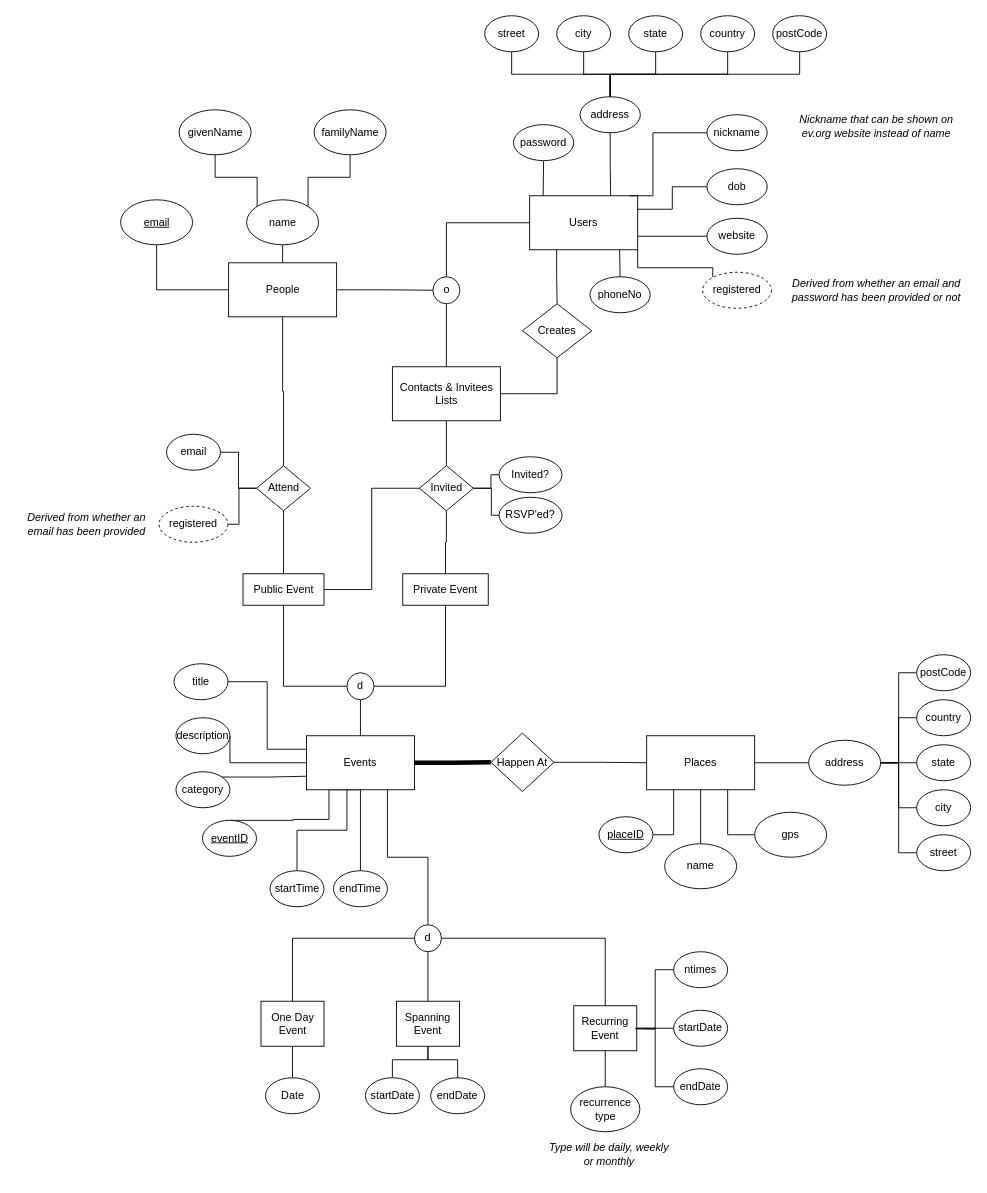
Earlier version of the draw.io diagram Week3assignment1.drawio (drewmillerwilson/demo-repo). Source tidied: cells renumbered, new cells numbered last; positions are measured from the earlier drawing's top-left corner, leaving out a move shared by most shapes. Both pictures are drawn from the tidied source at 90%, with x=0, y=0 at pixel (14, 15).
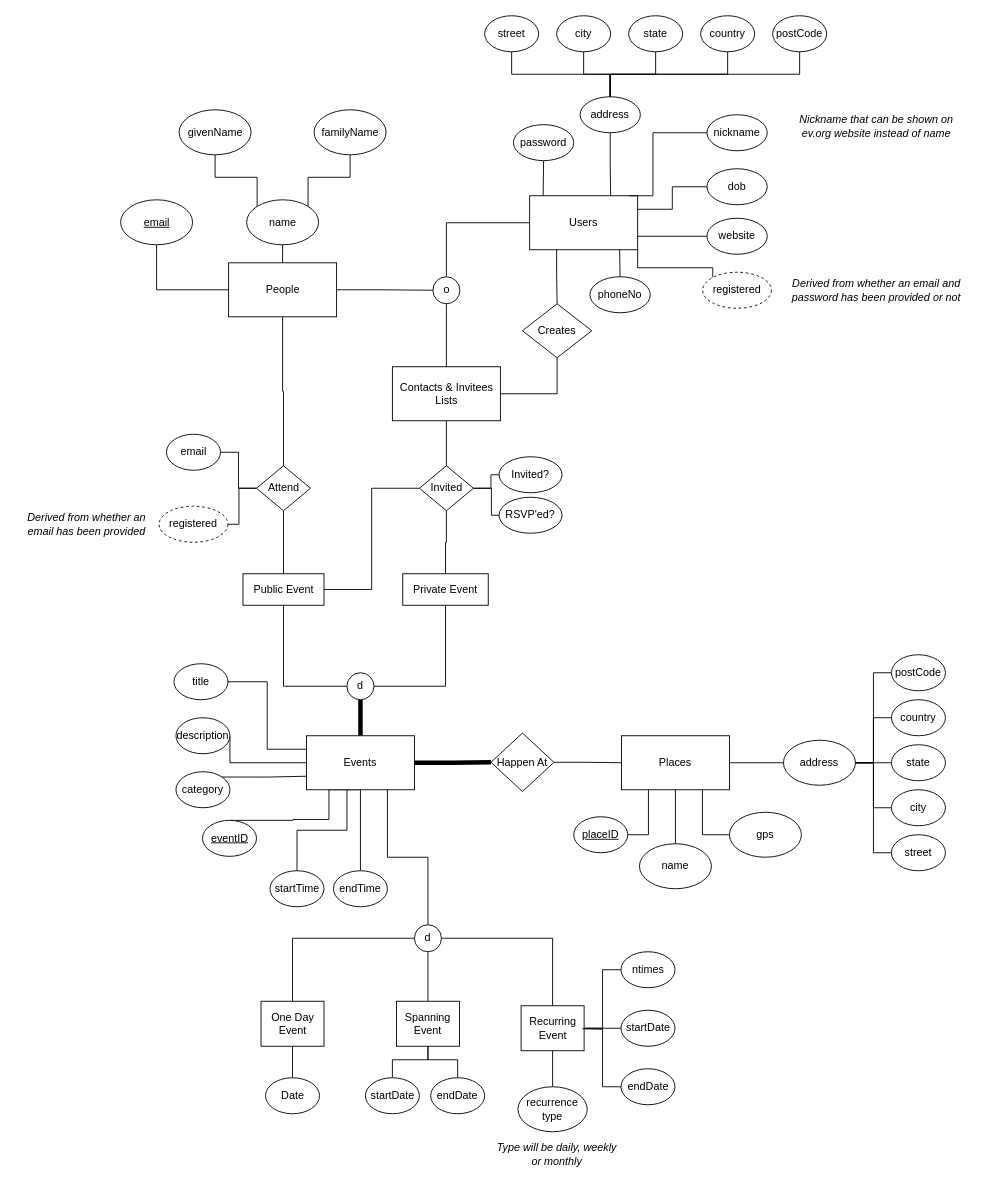
Above is the later version.

The change refers to these unchanged cells:
```xml
<mxCell id="12" value="Events" style="rounded=0;whiteSpace=wrap;html=1;" parent="1" vertex="1">
  <mxGeometry x="324" y="800" width="120" height="60" as="geometry" />
</mxCell>
<mxCell id="92" value="d" style="ellipse;whiteSpace=wrap;html=1;" parent="1" vertex="1">
  <mxGeometry x="369" y="730" width="30" height="30" as="geometry" />
</mxCell>
```

The edit, as a diff of the source:
```diff
@@
-    <mxCell id="9" style="edgeStyle=orthogonalEdgeStyle;rounded=0;jettySize=auto;html=1;exitX=0.5;exitY=0;exitDx=0;exitDy=0;entryX=0.5;entryY=1;entryDx=0;entryDy=0;endArrow=none;endFill=0;" parent="1" edge="1" source="12" target="92">
+    <mxCell id="9" style="edgeStyle=orthogonalEdgeStyle;rounded=0;jettySize=auto;html=1;exitX=0.5;exitY=0;exitDx=0;exitDy=0;entryX=0.5;entryY=1;entryDx=0;entryDy=0;endArrow=none;endFill=0;strokeWidth=5;" parent="1" edge="1" source="12" target="92">
       <mxGeometry relative="1" as="geometry" />
     </mxCell>
@@
     <mxCell id="16" value="Places" style="rounded=0;whiteSpace=wrap;html=1;" parent="1" vertex="1">
-      <mxGeometry x="702" y="800" width="120" height="60" as="geometry" />
+      <mxGeometry x="674" y="800" width="120" height="60" as="geometry" />
     </mxCell>
@@
     <mxCell id="47" value="name" style="ellipse;whiteSpace=wrap;html=1;" parent="1" vertex="1">
-      <mxGeometry x="722" y="920" width="80" height="50" as="geometry" />
+      <mxGeometry x="694" y="920" width="80" height="50" as="geometry" />
     </mxCell>
@@
     <mxCell id="49" value="address" style="ellipse;whiteSpace=wrap;html=1;" parent="1" vertex="1">
-      <mxGeometry x="882" y="805" width="80" height="50" as="geometry" />
+      <mxGeometry x="854" y="805" width="80" height="50" as="geometry" />
     </mxCell>
@@
     <mxCell id="51" value="street" style="ellipse;whiteSpace=wrap;html=1;" parent="1" vertex="1">
-      <mxGeometry x="1002" y="910" width="60" height="40" as="geometry" />
+      <mxGeometry x="974" y="910" width="60" height="40" as="geometry" />
     </mxCell>
@@
     <mxCell id="53" value="city" style="ellipse;whiteSpace=wrap;html=1;" parent="1" vertex="1">
-      <mxGeometry x="1002" y="860" width="60" height="40" as="geometry" />
+      <mxGeometry x="974" y="860" width="60" height="40" as="geometry" />
     </mxCell>
     <mxCell id="54" value="state" style="ellipse;whiteSpace=wrap;html=1;" parent="1" vertex="1">
-      <mxGeometry x="1002" y="810" width="60" height="40" as="geometry" />
+      <mxGeometry x="974" y="810" width="60" height="40" as="geometry" />
     </mxCell>
@@
     <mxCell id="56" value="country" style="ellipse;whiteSpace=wrap;html=1;" parent="1" vertex="1">
-      <mxGeometry x="1002" y="760" width="60" height="40" as="geometry" />
+      <mxGeometry x="974" y="760" width="60" height="40" as="geometry" />
     </mxCell>
@@
     <mxCell id="58" value="postCode" style="ellipse;whiteSpace=wrap;html=1;" parent="1" vertex="1">
-      <mxGeometry x="1002" y="710" width="60" height="40" as="geometry" />
+      <mxGeometry x="974" y="710" width="60" height="40" as="geometry" />
     </mxCell>
@@
     <mxCell id="69" value="gps" style="ellipse;whiteSpace=wrap;html=1;" parent="1" vertex="1">
-      <mxGeometry x="822" y="885" width="80" height="50" as="geometry" />
+      <mxGeometry x="794" y="885" width="80" height="50" as="geometry" />
     </mxCell>
@@
     <mxCell id="97" value="placeID" style="ellipse;whiteSpace=wrap;html=1;fontStyle=4;" parent="1" vertex="1">
-      <mxGeometry x="649" y="890" width="60" height="40" as="geometry" />
+      <mxGeometry x="621" y="890" width="60" height="40" as="geometry" />
     </mxCell>
@@
     <mxCell id="111" value="Recurring Event" style="rounded=0;whiteSpace=wrap;html=1;" parent="1" vertex="1">
-      <mxGeometry x="621" y="1100" width="70" height="50" as="geometry" />
+      <mxGeometry x="562.5" y="1100" width="70" height="50" as="geometry" />
     </mxCell>
     <mxCell id="112" value="ntimes" style="ellipse;whiteSpace=wrap;html=1;" parent="1" vertex="1">
-      <mxGeometry x="732" y="1040" width="60" height="40" as="geometry" />
+      <mxGeometry x="673.5" y="1040" width="60" height="40" as="geometry" />
     </mxCell>
@@
     <mxCell id="119" style="edgeStyle=orthogonalEdgeStyle;rounded=0;jettySize=auto;html=1;exitX=0;exitY=0.5;exitDx=0;exitDy=0;endArrow=none;endFill=0;strokeWidth=1;" parent="1" edge="1" source="120">
       <mxGeometry relative="1" as="geometry">
-        <mxPoint x="689" y="1125.6" as="targetPoint" />
+        <mxPoint x="630.5" y="1125.6" as="targetPoint" />
       </mxGeometry>
     </mxCell>
     <mxCell id="120" value="startDate" style="ellipse;whiteSpace=wrap;html=1;" parent="1" vertex="1">
-      <mxGeometry x="732" y="1105" width="60" height="40" as="geometry" />
+      <mxGeometry x="673.5" y="1105" width="60" height="40" as="geometry" />
     </mxCell>
@@
     <mxCell id="122" value="endDate" style="ellipse;whiteSpace=wrap;html=1;" parent="1" vertex="1">
-      <mxGeometry x="732" y="1170" width="60" height="40" as="geometry" />
+      <mxGeometry x="673.5" y="1170" width="60" height="40" as="geometry" />
     </mxCell>
@@
     <mxCell id="124" value="recurrence type" style="ellipse;whiteSpace=wrap;html=1;" parent="1" vertex="1">
-      <mxGeometry x="617.5" y="1190" width="77" height="50" as="geometry" />
+      <mxGeometry x="559" y="1190" width="77" height="50" as="geometry" />
     </mxCell>
     <mxCell id="125" value="Type will be daily, weekly &lt;br&gt;or monthly" style="text;html=1;strokeColor=none;fillColor=none;align=center;verticalAlign=middle;whiteSpace=wrap;rounded=0;fontStyle=2;" parent="1" vertex="1">
-      <mxGeometry x="589" y="1240" width="143" height="50" as="geometry" />
+      <mxGeometry x="530.5" y="1240" width="143" height="50" as="geometry" />
     </mxCell>
```
